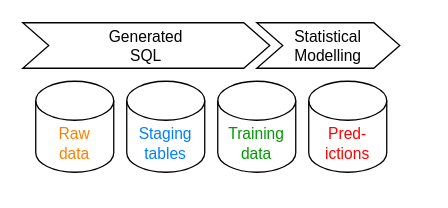
Earlier version of the draw.io diagram page "Data Flow" (8 of 8) of diagrams.drawio (DannyDannyDanny/methodology). Source tidied: cells renumbered, new cells numbered last; positions are measured from the earlier drawing's top-left corner, leaving out a move shared by most shapes. Both pictures are drawn from the tidied source at 130%, with x=0, y=0 at pixel (22, 22).
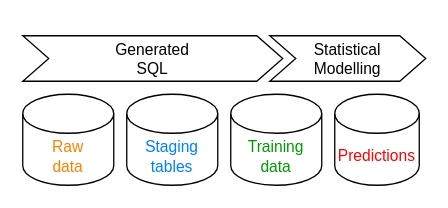
Above is the later version.

Change to the diagram source:
```diff
@@
 <mxGraphModel>
   <root>
     <mxCell id="0" />
     <mxCell id="1" parent="0" />
     <mxCell id="2" value="&lt;div&gt;&lt;font color=&quot;#FF8000&quot;&gt;Raw&lt;/font&gt;&lt;/div&gt;&lt;div&gt;&lt;font color=&quot;#FF8000&quot;&gt;data&lt;br&gt;&lt;/font&gt;&lt;/div&gt;" style="shape=cylinder3;whiteSpace=wrap;html=1;boundedLbl=1;backgroundOutline=1;size=15;" parent="1" vertex="1">
-      <mxGeometry x="10" y="45" width="60" height="70" as="geometry" />
+      <mxGeometry y="55" width="70" height="70" as="geometry" />
     </mxCell>
     <mxCell id="3" value="&lt;div&gt;&lt;font color=&quot;#007FFF&quot;&gt;Staging&lt;/font&gt;&lt;/div&gt;&lt;div&gt;&lt;font color=&quot;#007FFF&quot;&gt;tables&lt;br&gt;&lt;/font&gt;&lt;/div&gt;" style="shape=cylinder3;whiteSpace=wrap;html=1;boundedLbl=1;backgroundOutline=1;size=15;" parent="1" vertex="1">
-      <mxGeometry x="80" y="45" width="60" height="70" as="geometry" />
+      <mxGeometry x="80" y="55" width="70" height="70" as="geometry" />
     </mxCell>
     <mxCell id="4" value="&lt;div&gt;&lt;font color=&quot;#009900&quot;&gt;Training&lt;/font&gt;&lt;/div&gt;&lt;div&gt;&lt;font color=&quot;#009900&quot;&gt;data&lt;br&gt;&lt;/font&gt;&lt;/div&gt;" style="shape=cylinder3;whiteSpace=wrap;html=1;boundedLbl=1;backgroundOutline=1;size=15;" parent="1" vertex="1">
-      <mxGeometry x="150" y="45" width="60" height="70" as="geometry" />
+      <mxGeometry x="160" y="55" width="70" height="70" as="geometry" />
     </mxCell>
-    <mxCell id="5" value="&lt;font style=&quot;font-size: 12px&quot; color=&quot;#FF0000&quot;&gt;Pred-ictions&lt;/font&gt;" style="shape=cylinder3;whiteSpace=wrap;html=1;boundedLbl=1;backgroundOutline=1;size=15;" parent="1" vertex="1">
-      <mxGeometry x="220" y="45" width="60" height="70" as="geometry" />
+    <mxCell id="5" value="&lt;font style=&quot;font-size: 12px&quot; color=&quot;#FF0000&quot;&gt;Predictions&lt;/font&gt;" style="shape=cylinder3;whiteSpace=wrap;html=1;boundedLbl=1;backgroundOutline=1;size=15;" parent="1" vertex="1">
+      <mxGeometry x="240" y="55" width="65" height="70" as="geometry" />
     </mxCell>
     <mxCell id="6" value="&lt;div&gt;Generated&lt;/div&gt;&lt;div&gt;SQL&lt;br&gt;&lt;/div&gt;" style="shape=step;perimeter=stepPerimeter;whiteSpace=wrap;html=1;fixedSize=1;" parent="1" vertex="1">
-      <mxGeometry width="190" height="35" as="geometry" />
+      <mxGeometry y="10" width="200" height="35" as="geometry" />
     </mxCell>
     <mxCell id="7" value="&lt;div&gt;Statistical&lt;/div&gt;&lt;div&gt;Modelling&lt;/div&gt;" style="shape=step;perimeter=stepPerimeter;whiteSpace=wrap;html=1;fixedSize=1;" parent="1" vertex="1">
-      <mxGeometry x="180" width="110" height="35" as="geometry" />
+      <mxGeometry x="190" y="10" width="120" height="35" as="geometry" />
     </mxCell>
   </root>
 </mxGraphModel>
```
